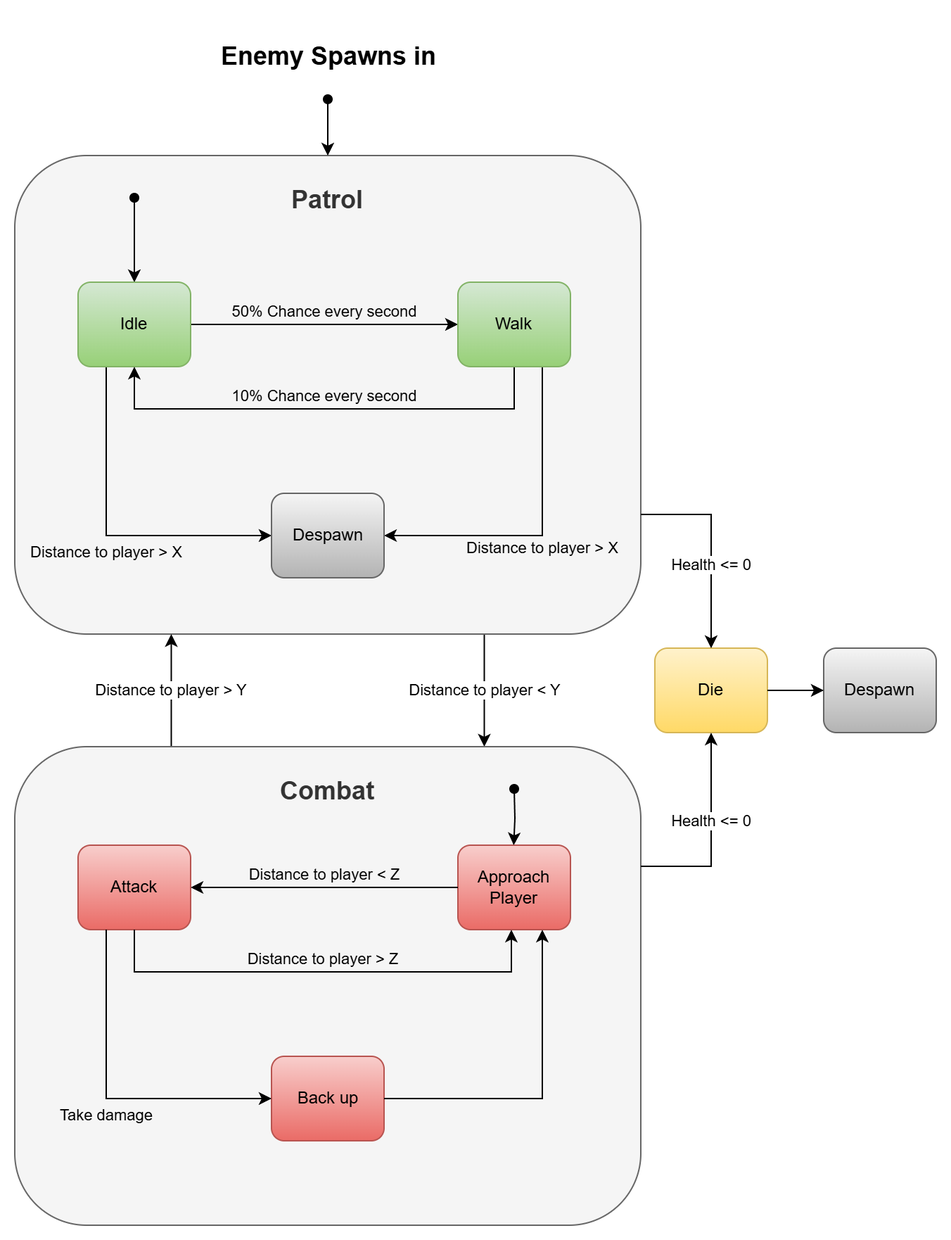
This is doc/resources/02 Project Documentation/enemy-state-machine.png from Fexty12573/glowcore, a draw.io export, as it was before one commit. Source tidied: cells renumbered, new cells last; positions are measured from the earlier drawing's top-left corner, leaving out a move shared by most shapes. The source it was exported from:
```xml
<mxGraphModel>
  <root>
    <mxCell id="0" />
    <mxCell id="1" parent="0" />
    <mxCell id="2" value="Distance to player &amp;lt; Y" style="edgeStyle=orthogonalEdgeStyle;rounded=0;jettySize=auto;html=1;exitX=0.75;exitY=1;exitDx=0;exitDy=0;entryX=0.75;entryY=0;entryDx=0;entryDy=0;" parent="1" edge="1" source="3" target="15">
      <mxGeometry relative="1" as="geometry" />
    </mxCell>
    <mxCell id="3" value="&lt;h2&gt;Patrol&lt;/h2&gt;" style="rounded=1;whiteSpace=wrap;html=1;labelPosition=center;verticalLabelPosition=middle;align=center;verticalAlign=top;labelBackgroundColor=none;fillColor=#f5f5f5;fontColor=#333333;strokeColor=#666666;" parent="1" vertex="1">
      <mxGeometry y="100" width="445" height="340" as="geometry" />
    </mxCell>
    <mxCell id="4" style="edgeStyle=orthogonalEdgeStyle;rounded=0;jettySize=auto;html=1;entryX=0.5;entryY=0;entryDx=0;entryDy=0;startArrow=oval;startFill=1;" parent="1" edge="1" source="5" target="3">
      <mxGeometry relative="1" as="geometry" />
    </mxCell>
    <mxCell id="5" value="&lt;h2&gt;Enemy Spawns in&lt;/h2&gt;" style="text;html=1;align=center;verticalAlign=middle;points=[];strokeColor=none;fillColor=none;" parent="1" vertex="1">
      <mxGeometry x="132.5" width="180" height="60" as="geometry" />
    </mxCell>
    <mxCell id="6" style="edgeStyle=orthogonalEdgeStyle;rounded=0;orthogonalLoop=1;jettySize=auto;html=1;entryX=0.5;entryY=0;entryDx=0;entryDy=0;startArrow=oval;startFill=1;" parent="1" edge="1">
      <mxGeometry relative="1" as="geometry">
        <mxPoint x="85" y="130" as="sourcePoint" />
        <mxPoint x="85" y="190" as="targetPoint" />
      </mxGeometry>
    </mxCell>
    <mxCell id="7" value="50% Chance every second" style="edgeStyle=orthogonalEdgeStyle;rounded=0;jettySize=auto;html=1;exitX=1;exitY=0.5;exitDx=0;exitDy=0;entryX=0;entryY=0.5;entryDx=0;entryDy=0;labelBackgroundColor=none;labelPosition=center;verticalLabelPosition=top;align=center;verticalAlign=bottom;" parent="1" edge="1" source="9" target="12">
      <mxGeometry relative="1" as="geometry">
        <Array as="points">
          <mxPoint x="185" y="220" />
          <mxPoint x="185" y="220" />
        </Array>
      </mxGeometry>
    </mxCell>
    <mxCell id="8" value="Distance to player &amp;gt; X" style="edgeStyle=orthogonalEdgeStyle;rounded=0;jettySize=auto;html=1;exitX=0.25;exitY=1;exitDx=0;exitDy=0;entryX=0;entryY=0.5;entryDx=0;entryDy=0;labelPosition=center;verticalLabelPosition=bottom;align=center;verticalAlign=top;labelBackgroundColor=none;" parent="1" edge="1" source="9" target="13">
      <mxGeometry relative="1" as="geometry" />
    </mxCell>
    <mxCell id="9" value="Idle" style="rounded=1;whiteSpace=wrap;html=1;fillColor=#d5e8d4;strokeColor=#82b366;gradientColor=#97d077;" parent="1" vertex="1">
      <mxGeometry x="45" y="190" width="80" height="60" as="geometry" />
    </mxCell>
    <mxCell id="10" value="10% Chance every second" style="edgeStyle=orthogonalEdgeStyle;rounded=0;jettySize=auto;html=1;entryX=0.5;entryY=1;entryDx=0;entryDy=0;labelBackgroundColor=none;labelPosition=center;verticalLabelPosition=top;align=center;verticalAlign=bottom;" parent="1" edge="1" source="12" target="9">
      <mxGeometry relative="1" as="geometry">
        <Array as="points">
          <mxPoint x="355" y="280" />
          <mxPoint x="85" y="280" />
        </Array>
      </mxGeometry>
    </mxCell>
    <mxCell id="11" value="Distance to player &amp;gt; X" style="edgeStyle=orthogonalEdgeStyle;rounded=0;jettySize=auto;exitX=0.75;exitY=1;exitDx=0;exitDy=0;exitPerimeter=0;entryX=1;entryY=0.5;entryDx=0;entryDy=0;labelPosition=center;verticalLabelPosition=bottom;align=center;verticalAlign=top;labelBackgroundColor=none;html=1;" parent="1" edge="1" source="12" target="13">
      <mxGeometry relative="1" as="geometry" />
    </mxCell>
    <mxCell id="12" value="Walk" style="rounded=1;whiteSpace=wrap;html=1;fillColor=#d5e8d4;strokeColor=#82b366;points=[[0,0,0,0,0],[0,0.25,0,0,0],[0,0.5,0,0,0],[0,0.75,0,0,0],[0,1,0,0,0],[0.25,0,0,0,0],[0.25,1,0,0,0],[0.5,0,0,0,0],[0.5,1,0,0,0],[0.75,0,0,0,0],[0.75,1,0,0,0],[1,0,0,0,0],[1,0.25,0,0,0],[1,0.5,0,0,0],[1,0.75,0,0,0],[1,1,0,0,0]];gradientColor=#97d077;" parent="1" vertex="1">
      <mxGeometry x="315" y="190" width="80" height="60" as="geometry" />
    </mxCell>
    <mxCell id="13" value="Despawn" style="rounded=1;whiteSpace=wrap;html=1;fillColor=#f5f5f5;strokeColor=#666666;gradientColor=#b3b3b3;" parent="1" vertex="1">
      <mxGeometry x="182.5" y="340" width="80" height="60" as="geometry" />
    </mxCell>
    <mxCell id="14" value="Distance to player &amp;gt; Y" style="edgeStyle=orthogonalEdgeStyle;rounded=0;jettySize=auto;html=1;exitX=0.25;exitY=0;exitDx=0;exitDy=0;entryX=0.25;entryY=1;entryDx=0;entryDy=0;" parent="1" edge="1" source="15" target="3">
      <mxGeometry relative="1" as="geometry" />
    </mxCell>
    <mxCell id="15" value="&lt;h2&gt;Combat&lt;/h2&gt;" style="rounded=1;whiteSpace=wrap;html=1;labelPosition=center;verticalLabelPosition=middle;align=center;verticalAlign=top;labelBackgroundColor=none;fillColor=#f5f5f5;fontColor=#333333;strokeColor=#666666;" parent="1" vertex="1">
      <mxGeometry y="520" width="445" height="340" as="geometry" />
    </mxCell>
    <mxCell id="16" value="Approach&lt;div&gt;Player&lt;/div&gt;" style="rounded=1;whiteSpace=wrap;html=1;fillColor=#f8cecc;strokeColor=#b85450;points=[[0,0,0,0,0],[0,0.25,0,0,0],[0,0.5,0,0,0],[0,0.75,0,0,0],[0,1,0,0,0],[0.25,0,0,0,0],[0.25,1,0,0,0],[0.5,0,0,0,0],[0.5,1,0,0,0],[0.75,0,0,0,0],[0.75,1,0,0,0],[1,0,0,0,0],[1,0.25,0,0,0],[1,0.5,0,0,0],[1,0.75,0,0,0],[1,1,0,0,0]];gradientColor=#ea6b66;" parent="1" vertex="1">
      <mxGeometry x="315" y="590" width="80" height="60" as="geometry" />
    </mxCell>
    <mxCell id="17" value="Attack" style="rounded=1;whiteSpace=wrap;html=1;fillColor=#f8cecc;strokeColor=#b85450;points=[[0,0,0,0,0],[0,0.25,0,0,0],[0,0.5,0,0,0],[0,0.75,0,0,0],[0,1,0,0,0],[0.25,0,0,0,0],[0.25,1,0,0,0],[0.5,0,0,0,0],[0.5,1,0,0,0],[0.75,0,0,0,0],[0.75,1,0,0,0],[1,0,0,0,0],[1,0.25,0,0,0],[1,0.5,0,0,0],[1,0.75,0,0,0],[1,1,0,0,0]];gradientColor=#ea6b66;" parent="1" vertex="1">
      <mxGeometry x="45" y="590" width="80" height="60" as="geometry" />
    </mxCell>
    <mxCell id="18" value="Distance to player &amp;lt; Z" style="edgeStyle=orthogonalEdgeStyle;rounded=0;jettySize=auto;html=1;entryX=1;entryY=0.5;entryDx=0;entryDy=0;entryPerimeter=0;labelPosition=center;verticalLabelPosition=top;align=center;verticalAlign=bottom;labelBackgroundColor=none;" parent="1" edge="1" source="16" target="17">
      <mxGeometry relative="1" as="geometry" />
    </mxCell>
    <mxCell id="19" value="Distance to player &amp;gt; Z" style="edgeStyle=orthogonalEdgeStyle;rounded=0;jettySize=auto;html=1;labelBackgroundColor=none;labelPosition=center;verticalLabelPosition=top;align=center;verticalAlign=bottom;" parent="1" edge="1" source="17">
      <mxGeometry relative="1" as="geometry">
        <mxPoint x="353" y="650" as="targetPoint" />
        <Array as="points">
          <mxPoint x="85" y="680" />
          <mxPoint x="353" y="680" />
        </Array>
      </mxGeometry>
    </mxCell>
    <mxCell id="20" value="Back up" style="rounded=1;whiteSpace=wrap;html=1;fillColor=#f8cecc;strokeColor=#b85450;points=[[0,0,0,0,0],[0,0.25,0,0,0],[0,0.5,0,0,0],[0,0.75,0,0,0],[0,1,0,0,0],[0.25,0,0,0,0],[0.25,1,0,0,0],[0.5,0,0,0,0],[0.5,1,0,0,0],[0.75,0,0,0,0],[0.75,1,0,0,0],[1,0,0,0,0],[1,0.25,0,0,0],[1,0.5,0,0,0],[1,0.75,0,0,0],[1,1,0,0,0]];gradientColor=#ea6b66;" parent="1" vertex="1">
      <mxGeometry x="182.5" y="740" width="80" height="60" as="geometry" />
    </mxCell>
    <mxCell id="21" style="edgeStyle=orthogonalEdgeStyle;rounded=0;orthogonalLoop=1;jettySize=auto;html=1;entryX=0.5;entryY=0;entryDx=0;entryDy=0;startArrow=oval;startFill=1;" parent="1" edge="1">
      <mxGeometry relative="1" as="geometry">
        <mxPoint x="355" y="550" as="sourcePoint" />
        <mxPoint x="354.7" y="590" as="targetPoint" />
      </mxGeometry>
    </mxCell>
    <mxCell id="22" value="Take damage" style="edgeStyle=orthogonalEdgeStyle;rounded=0;jettySize=auto;html=1;exitX=0.25;exitY=1;exitDx=0;exitDy=0;exitPerimeter=0;entryX=0;entryY=0.5;entryDx=0;entryDy=0;entryPerimeter=0;labelPosition=center;verticalLabelPosition=bottom;align=center;verticalAlign=top;labelBackgroundColor=none;" parent="1" edge="1" source="17" target="20">
      <mxGeometry relative="1" as="geometry" />
    </mxCell>
    <mxCell id="23" style="edgeStyle=orthogonalEdgeStyle;rounded=0;jettySize=auto;html=1;exitX=1;exitY=0.5;exitDx=0;exitDy=0;exitPerimeter=0;entryX=0.75;entryY=1;entryDx=0;entryDy=0;entryPerimeter=0;" parent="1" edge="1" source="20" target="16">
      <mxGeometry relative="1" as="geometry" />
    </mxCell>
    <mxCell id="24" value="Die" style="rounded=1;whiteSpace=wrap;html=1;fillColor=#fff2cc;strokeColor=#d6b656;points=[[0,0,0,0,0],[0,0.25,0,0,0],[0,0.5,0,0,0],[0,0.75,0,0,0],[0,1,0,0,0],[0.25,0,0,0,0],[0.25,1,0,0,0],[0.5,0,0,0,0],[0.5,1,0,0,0],[0.75,0,0,0,0],[0.75,1,0,0,0],[1,0,0,0,0],[1,0.25,0,0,0],[1,0.5,0,0,0],[1,0.75,0,0,0],[1,1,0,0,0]];gradientColor=#ffd966;" parent="1" vertex="1">
      <mxGeometry x="455" y="450" width="80" height="60" as="geometry" />
    </mxCell>
    <mxCell id="25" value="Health &amp;lt;= 0" style="edgeStyle=orthogonalEdgeStyle;rounded=0;jettySize=auto;html=1;exitX=1;exitY=0.75;exitDx=0;exitDy=0;entryX=0.5;entryY=0;entryDx=0;entryDy=0;entryPerimeter=0;labelPosition=center;verticalLabelPosition=bottom;align=center;verticalAlign=top;" parent="1" edge="1" source="3" target="24">
      <mxGeometry relative="1" as="geometry" />
    </mxCell>
    <mxCell id="26" value="Health &amp;lt;= 0" style="edgeStyle=orthogonalEdgeStyle;rounded=0;jettySize=auto;html=1;exitX=1;exitY=0.25;exitDx=0;exitDy=0;entryX=0.5;entryY=1;entryDx=0;entryDy=0;entryPerimeter=0;labelPosition=center;verticalLabelPosition=top;align=center;verticalAlign=bottom;" parent="1" edge="1" source="15" target="24">
      <mxGeometry relative="1" as="geometry" />
    </mxCell>
    <mxCell id="27" value="Despawn" style="rounded=1;whiteSpace=wrap;html=1;fillColor=#f5f5f5;strokeColor=#666666;points=[[0,0,0,0,0],[0,0.25,0,0,0],[0,0.5,0,0,0],[0,0.75,0,0,0],[0,1,0,0,0],[0.25,0,0,0,0],[0.25,1,0,0,0],[0.5,0,0,0,0],[0.5,1,0,0,0],[0.75,0,0,0,0],[0.75,1,0,0,0],[1,0,0,0,0],[1,0.25,0,0,0],[1,0.5,0,0,0],[1,0.75,0,0,0],[1,1,0,0,0]];gradientColor=#b3b3b3;" parent="1" vertex="1">
      <mxGeometry x="575" y="450" width="80" height="60" as="geometry" />
    </mxCell>
    <mxCell id="28" style="edgeStyle=orthogonalEdgeStyle;rounded=0;jettySize=auto;html=1;exitX=1;exitY=0.5;exitDx=0;exitDy=0;exitPerimeter=0;entryX=0;entryY=0.5;entryDx=0;entryDy=0;entryPerimeter=0;" parent="1" edge="1" source="24" target="27">
      <mxGeometry relative="1" as="geometry" />
    </mxCell>
  </root>
</mxGraphModel>
```
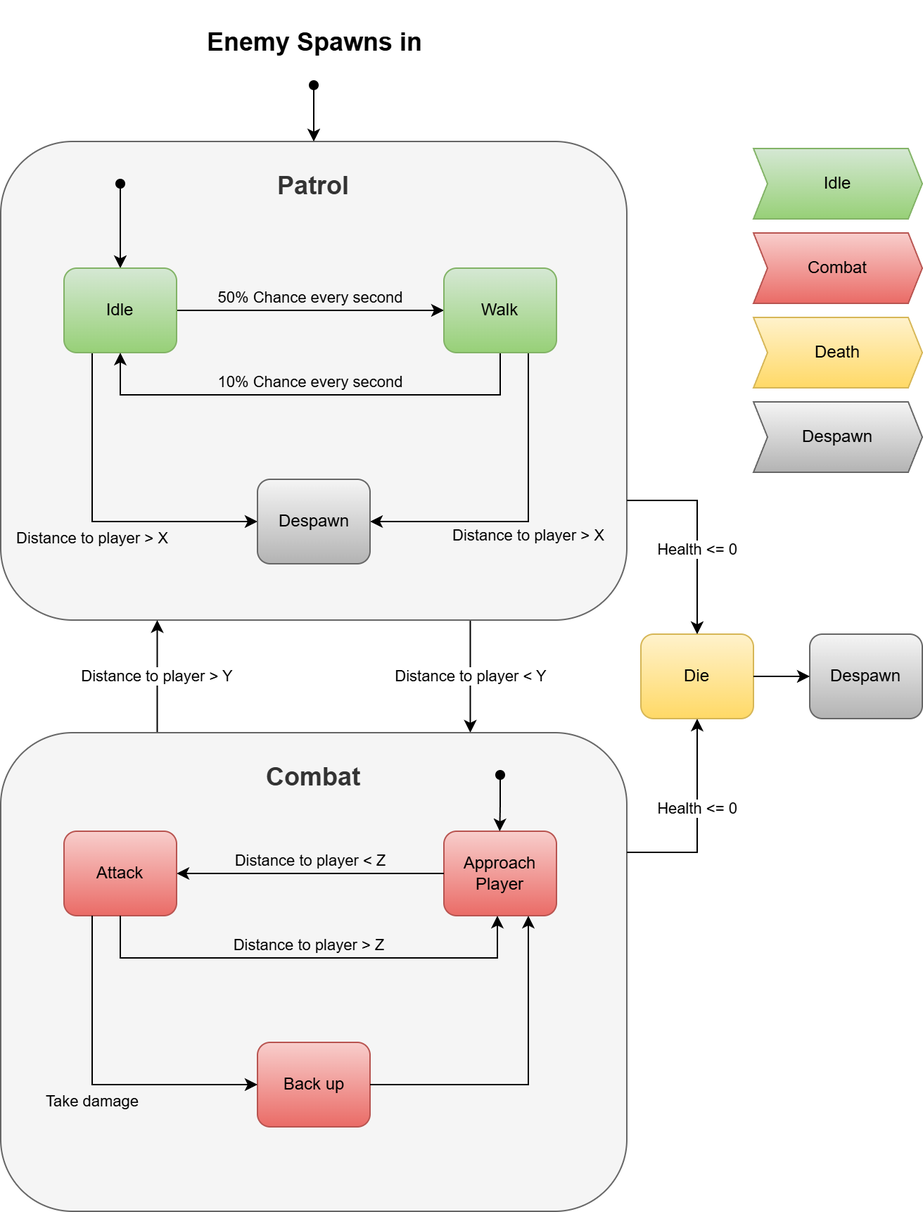
The same diagram one commit later.

Commit message:
Add legend to enemy state machine

The edit, as a diff of the source:
```diff
@@ -82,6 +82,10 @@
       <mxGeometry relative="1" as="geometry">
         <mxPoint x="355" y="550" as="sourcePoint" />
         <mxPoint x="354.7" y="590" as="targetPoint" />
+        <Array as="points">
+          <mxPoint x="355" y="570" />
+          <mxPoint x="355" y="570" />
+        </Array>
       </mxGeometry>
     </mxCell>
     <mxCell id="22" value="Take damage" style="edgeStyle=orthogonalEdgeStyle;rounded=0;jettySize=auto;html=1;exitX=0.25;exitY=1;exitDx=0;exitDy=0;exitPerimeter=0;entryX=0;entryY=0.5;entryDx=0;entryDy=0;entryPerimeter=0;labelPosition=center;verticalLabelPosition=bottom;align=center;verticalAlign=top;labelBackgroundColor=none;" parent="1" edge="1" source="17" target="20">
@@ -105,5 +109,17 @@
     <mxCell id="28" style="edgeStyle=orthogonalEdgeStyle;rounded=0;jettySize=auto;html=1;exitX=1;exitY=0.5;exitDx=0;exitDy=0;exitPerimeter=0;entryX=0;entryY=0.5;entryDx=0;entryDy=0;entryPerimeter=0;" parent="1" edge="1" source="24" target="27">
       <mxGeometry relative="1" as="geometry" />
     </mxCell>
+    <mxCell id="29" value="Idle" style="shape=step;perimeter=stepPerimeter;whiteSpace=wrap;html=1;fixedSize=1;size=10;fillColor=#d5e8d4;gradientColor=#97d077;strokeColor=#82b366;" parent="1" vertex="1">
+      <mxGeometry x="535" y="105" width="120" height="50" as="geometry" />
+    </mxCell>
+    <mxCell id="30" value="Combat" style="shape=step;perimeter=stepPerimeter;whiteSpace=wrap;html=1;fixedSize=1;size=10;fillColor=#f8cecc;gradientColor=#ea6b66;strokeColor=#b85450;" parent="1" vertex="1">
+      <mxGeometry x="535" y="165" width="120" height="50" as="geometry" />
+    </mxCell>
+    <mxCell id="31" value="Death" style="shape=step;perimeter=stepPerimeter;whiteSpace=wrap;html=1;fixedSize=1;size=10;fillColor=#fff2cc;gradientColor=#ffd966;strokeColor=#d6b656;" parent="1" vertex="1">
+      <mxGeometry x="535" y="225" width="120" height="50" as="geometry" />
+    </mxCell>
+    <mxCell id="32" value="Despawn" style="shape=step;perimeter=stepPerimeter;whiteSpace=wrap;html=1;fixedSize=1;size=10;fillColor=#f5f5f5;gradientColor=#b3b3b3;strokeColor=#666666;" parent="1" vertex="1">
+      <mxGeometry x="535" y="285" width="120" height="50" as="geometry" />
+    </mxCell>
   </root>
 </mxGraphModel>
```
